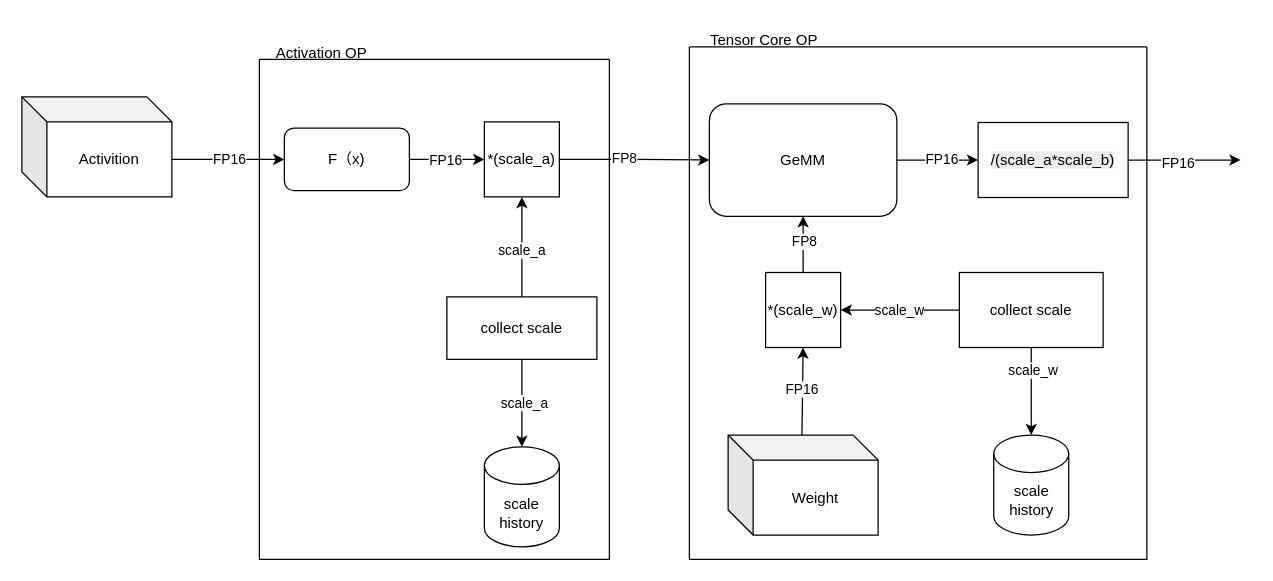
Earlier version of the draw.io diagram fp8 training.drawio (JIANGBOFENG/hello-world). Source tidied: cells renumbered, new cells numbered last; positions are measured from the earlier drawing's top-left corner, leaving out a move shared by most shapes. Both pictures are drawn from the tidied source at 125%, with x=0, y=0 at pixel (21, 21).
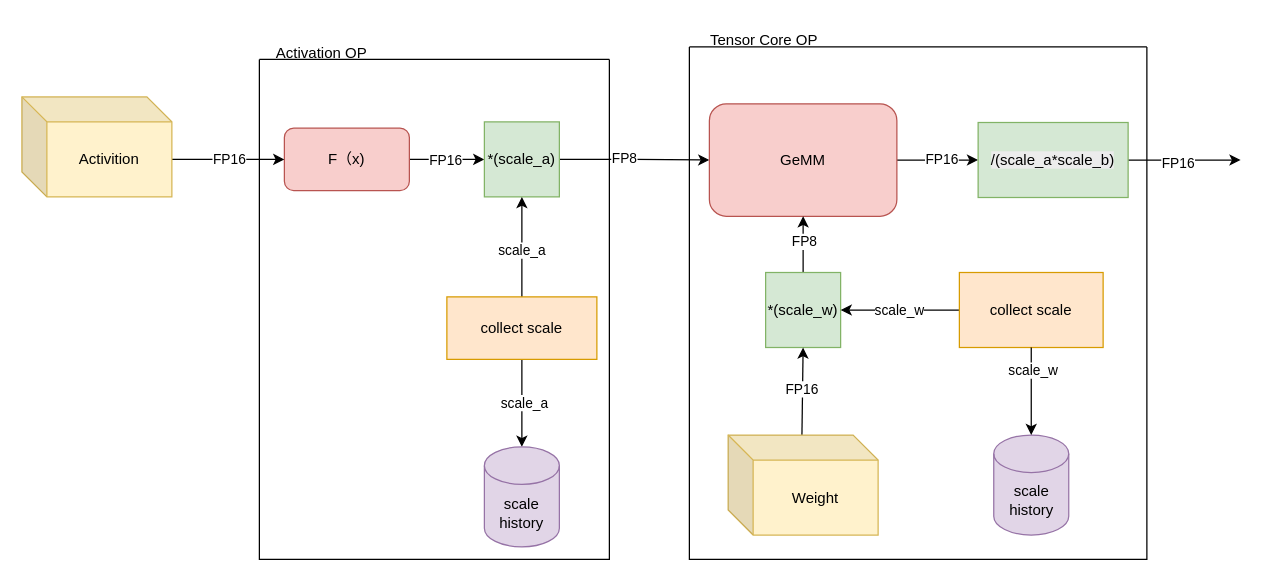
The same page after the edit.

The change refers to these unchanged cells:
```xml
<mxCell id="32" style="swimlane;startSize=0;" parent="1" vertex="1">
  <mxGeometry x="534" y="20" width="366" height="410" as="geometry" />
</mxCell>
```

Change to the diagram source:
```diff
@@
-    <mxCell id="4" value="F（x)" style="rounded=1;whiteSpace=wrap;html=1;" parent="1" vertex="1">
+    <mxCell id="4" value="F（x)" style="rounded=1;whiteSpace=wrap;html=1;fillColor=#f8cecc;strokeColor=#b85450;" parent="1" vertex="1">
       <mxGeometry x="210" y="85" width="100" height="50" as="geometry" />
     </mxCell>
@@
-    <mxCell id="7" value="*(scale_a)" style="whiteSpace=wrap;html=1;" parent="1" vertex="1">
+    <mxCell id="7" value="*(scale_a)" style="whiteSpace=wrap;html=1;fillColor=#d5e8d4;strokeColor=#82b366;" parent="1" vertex="1">
       <mxGeometry x="370" y="80" width="60" height="60" as="geometry" />
     </mxCell>
@@
-    <mxCell id="12" value="collect scale" style="rounded=0;whiteSpace=wrap;html=1;" parent="1" vertex="1">
+    <mxCell id="12" value="collect scale" style="rounded=0;whiteSpace=wrap;html=1;fillColor=#ffe6cc;strokeColor=#d79b00;" parent="1" vertex="1">
       <mxGeometry x="340" y="220" width="120" height="50" as="geometry" />
     </mxCell>
@@
-    <mxCell id="17" value="GeMM" style="rounded=1;whiteSpace=wrap;html=1;" parent="1" vertex="1">
+    <mxCell id="17" value="GeMM" style="rounded=1;whiteSpace=wrap;html=1;fillColor=#f8cecc;strokeColor=#b85450;" parent="1" vertex="1">
       <mxGeometry x="550" y="65.5" width="150" height="90" as="geometry" />
     </mxCell>
@@
-    <mxCell id="20" value="*(scale_w)" style="whiteSpace=wrap;html=1;" parent="1" vertex="1">
+    <mxCell id="20" value="*(scale_w)" style="whiteSpace=wrap;html=1;fillColor=#d5e8d4;strokeColor=#82b366;" parent="1" vertex="1">
       <mxGeometry x="595" y="200.5" width="60" height="60" as="geometry" />
     </mxCell>
@@
-    <mxCell id="24" value="&lt;span style=&quot;color: rgb(0, 0, 0); font-family: Helvetica; font-size: 12px; font-style: normal; font-variant-ligatures: normal; font-variant-caps: normal; font-weight: 400; letter-spacing: normal; orphans: 2; text-align: center; text-indent: 0px; text-transform: none; widows: 2; word-spacing: 0px; -webkit-text-stroke-width: 0px; white-space: normal; background-color: rgb(236, 236, 236); text-decoration-thickness: initial; text-decoration-style: initial; text-decoration-color: initial; display: inline !important; float: none;&quot;&gt;/(scale_a*scale_b)&lt;/span&gt;" style="rounded=0;whiteSpace=wrap;html=1;" parent="1" vertex="1">
+    <mxCell id="24" value="&lt;span style=&quot;color: rgb(0, 0, 0); font-family: Helvetica; font-size: 12px; font-style: normal; font-variant-ligatures: normal; font-variant-caps: normal; font-weight: 400; letter-spacing: normal; orphans: 2; text-align: center; text-indent: 0px; text-transform: none; widows: 2; word-spacing: 0px; -webkit-text-stroke-width: 0px; white-space: normal; background-color: rgb(236, 236, 236); text-decoration-thickness: initial; text-decoration-style: initial; text-decoration-color: initial; display: inline !important; float: none;&quot;&gt;/(scale_a*scale_b)&lt;/span&gt;" style="rounded=0;whiteSpace=wrap;html=1;fillColor=#d5e8d4;strokeColor=#82b366;" parent="1" vertex="1">
       <mxGeometry x="765" y="80.5" width="120" height="60" as="geometry" />
     </mxCell>
@@
-    <mxCell id="27" value="Activition" style="shape=cube;whiteSpace=wrap;html=1;boundedLbl=1;backgroundOutline=1;darkOpacity=0.05;darkOpacity2=0.1;" parent="1" vertex="1">
+    <mxCell id="27" value="Activition" style="shape=cube;whiteSpace=wrap;html=1;boundedLbl=1;backgroundOutline=1;darkOpacity=0.05;darkOpacity2=0.1;fillColor=#fff2cc;strokeColor=#d6b656;" parent="1" vertex="1">
       <mxGeometry y="60" width="120" height="80" as="geometry" />
     </mxCell>
-    <mxCell id="28" value="Weight" style="shape=cube;whiteSpace=wrap;html=1;boundedLbl=1;backgroundOutline=1;darkOpacity=0.05;darkOpacity2=0.1;" parent="1" vertex="1">
+    <mxCell id="28" value="Weight" style="shape=cube;whiteSpace=wrap;html=1;boundedLbl=1;backgroundOutline=1;darkOpacity=0.05;darkOpacity2=0.1;fillColor=#fff2cc;strokeColor=#d6b656;" parent="1" vertex="1">
       <mxGeometry x="565" y="330.5" width="120" height="80" as="geometry" />
     </mxCell>
-    <mxCell id="29" value="scale history" style="shape=cylinder3;whiteSpace=wrap;html=1;boundedLbl=1;backgroundOutline=1;size=15;" parent="1" vertex="1">
+    <mxCell id="29" value="scale history" style="shape=cylinder3;whiteSpace=wrap;html=1;boundedLbl=1;backgroundOutline=1;size=15;fillColor=#e1d5e7;strokeColor=#9673a6;" parent="1" vertex="1">
       <mxGeometry x="370" y="340" width="60" height="80" as="geometry" />
     </mxCell>
@@
-    <mxCell id="33" value="collect scale" style="rounded=0;whiteSpace=wrap;html=1;" parent="32" vertex="1">
+    <mxCell id="33" value="collect scale" style="rounded=0;whiteSpace=wrap;html=1;fillColor=#ffe6cc;strokeColor=#d79b00;" parent="32" vertex="1">
       <mxGeometry x="216" y="180.5" width="115" height="60" as="geometry" />
     </mxCell>
-    <mxCell id="34" value="scale history" style="shape=cylinder3;whiteSpace=wrap;html=1;boundedLbl=1;backgroundOutline=1;size=15;" parent="32" vertex="1">
+    <mxCell id="34" value="scale history" style="shape=cylinder3;whiteSpace=wrap;html=1;boundedLbl=1;backgroundOutline=1;size=15;fillColor=#e1d5e7;strokeColor=#9673a6;" parent="32" vertex="1">
       <mxGeometry x="243.5" y="310.5" width="60" height="80" as="geometry" />
     </mxCell>
```
